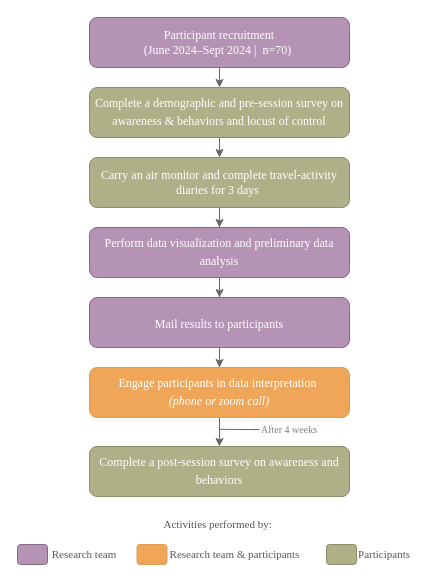
Earlier version of the draw.io diagram AirQualityDissertation.drawio (dealchre/gradDrawio). Source tidied: cells renumbered, new cells numbered last; positions are measured from the earlier drawing's top-left corner, leaving out a move shared by most shapes. Both pictures are drawn from the tidied source at 100%, with x=0, y=0 at pixel (17, 17).
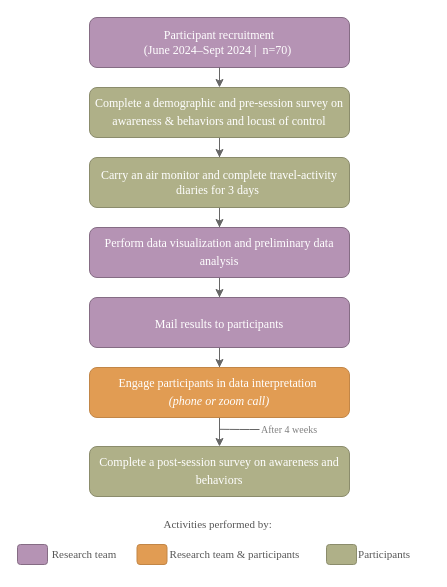
The same page after the edit.

The edit, as a diff of the source:
```diff
@@
-    <mxCell id="12" value="&lt;span style=&quot;text-align: start;&quot;&gt;&lt;font style=&quot;font-size: 12px;&quot;&gt;Engage participants in data interpretation&amp;nbsp;&lt;/font&gt;&lt;/span&gt;&lt;div&gt;&lt;span style=&quot;text-align: start;&quot;&gt;&lt;font style=&quot;font-size: 12px;&quot;&gt;&lt;i&gt;(phone or zoom call)&lt;/i&gt;&lt;/font&gt;&lt;/span&gt;&lt;span style=&quot;font-size: medium; text-align: start;&quot;&gt;&lt;/span&gt;&lt;/div&gt;" style="whiteSpace=wrap;html=1;rounded=1;fontFamily=Times New Roman;fillColor=#F0A658;strokeColor=#E19C53;fontColor=#FFFFFF;" parent="1" vertex="1">
+    <mxCell id="12" value="&lt;span style=&quot;text-align: start;&quot;&gt;&lt;font style=&quot;font-size: 12px;&quot;&gt;Engage participants in data interpretation&amp;nbsp;&lt;/font&gt;&lt;/span&gt;&lt;div&gt;&lt;span style=&quot;text-align: start;&quot;&gt;&lt;font style=&quot;font-size: 12px;&quot;&gt;&lt;i&gt;(phone or zoom call)&lt;/i&gt;&lt;/font&gt;&lt;/span&gt;&lt;span style=&quot;font-size: medium; text-align: start;&quot;&gt;&lt;/span&gt;&lt;/div&gt;" style="whiteSpace=wrap;html=1;rounded=1;fontFamily=Times New Roman;fillColor=#e19c53;strokeColor=#C28647;fontColor=#FFFFFF;" parent="1" vertex="1">
       <mxGeometry x="72" y="350" width="260" height="50" as="geometry" />
     </mxCell>
@@
-    <mxCell id="22" style="rounded=1;whiteSpace=wrap;html=1;fontFamily=Times New Roman;fontSize=11;fillColor=#F0A658;strokeColor=#E19C53;fontColor=#575757;" parent="1" vertex="1">
+    <mxCell id="22" style="rounded=1;whiteSpace=wrap;html=1;fontFamily=Times New Roman;fontSize=11;fillColor=#e19c53;strokeColor=#C28647;fontColor=#575757;" parent="1" vertex="1">
       <mxGeometry x="119.5" y="527" width="30" height="20" as="geometry" />
     </mxCell>
```
